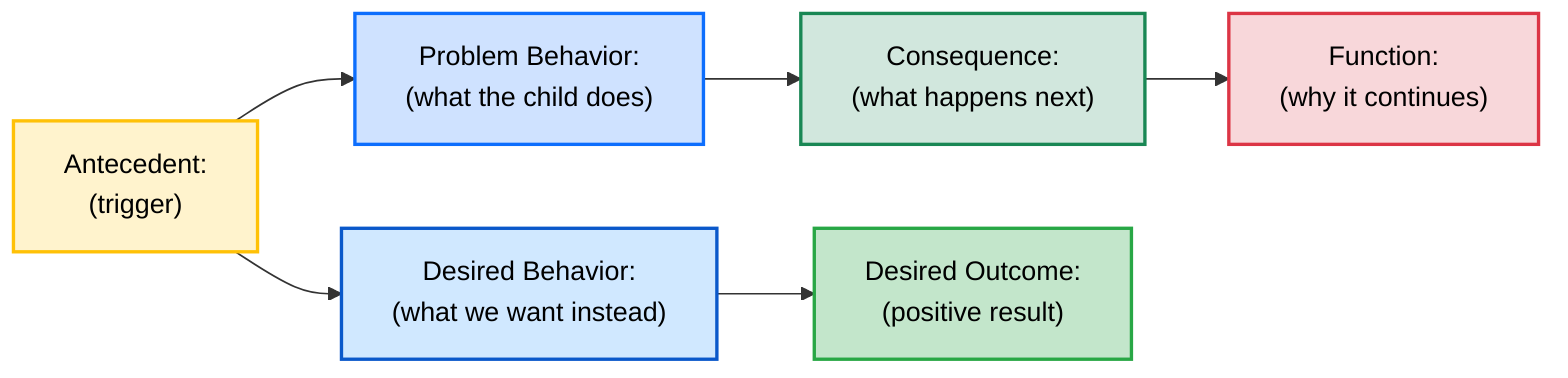
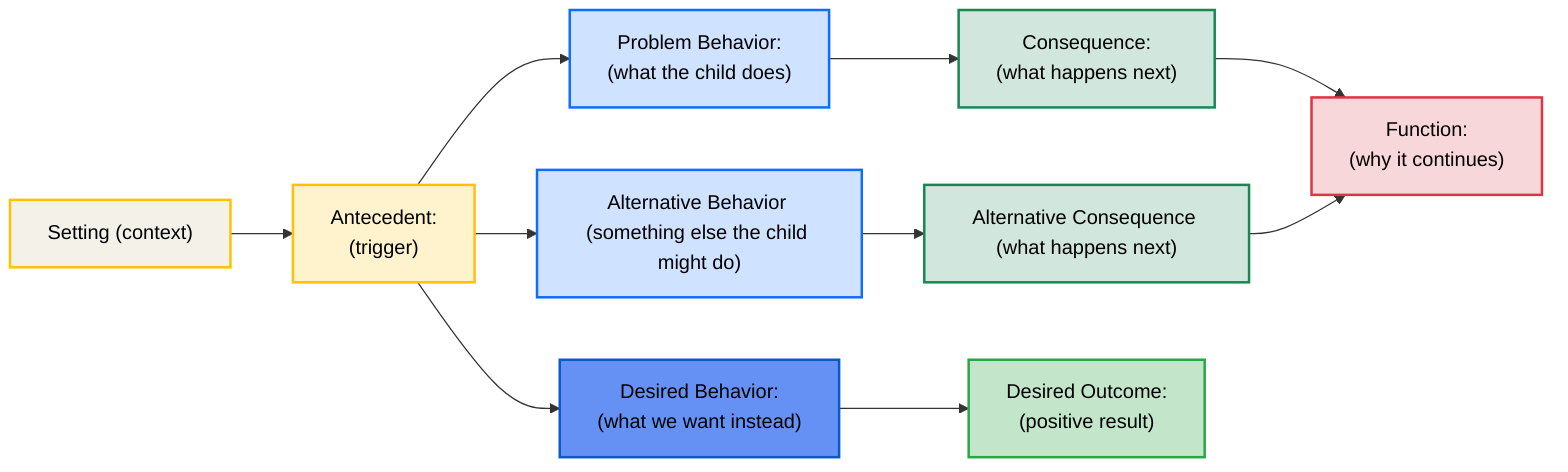
flowchart LR
-   A["Antecedent:<br/>(trigger)"] --> PB["Problem Behavior:<br/>(what the child does)"] --> C["Consequence:<br/>(what happens next)"]
+   S["Setting (context)"] --> A["Antecedent:<br/>(trigger)"] --> PB["Problem Behavior:<br/>(what the child does)"] --> C["Consequence:<br/>(what happens next)"]
+   A --> AB["Alternative Behavior (something else the child might do)"] --> C2["Alternative Consequence (what happens next)"]
  C --> F["Function:<br/>(why it continues)"]
+   C2 --> F
  A --> DB["Desired Behavior:<br/>(what we want instead)"] --> DO["Desired Outcome:<br/>(positive result)"]
+   class S set
  class A ant
  class PB beh
+   class AB beh
  class C con
+   class C2 con
  class F func
  class DB desired
  class DO outcome
+   classDef set fill:#f4f1e9,stroke:#ffc107,stroke-width:2px,color:#000
  classDef ant fill:#fff3cd,stroke:#ffc107,stroke-width:2px,color:#000
  classDef beh fill:#cfe2ff,stroke:#0d6efd,stroke-width:2px,color:#000
  classDef con fill:#d1e7dd,stroke:#198754,stroke-width:2px,color:#000
  classDef func fill:#f8d7da,stroke:#dc3545,stroke-width:2px,color:#000
-   classDef desired fill:#d0e8ff,stroke:#0a58ca,stroke-width:2px,color:#000
+   classDef desired fill:#6591f5,stroke:#0a58ca,stroke-width:2px,color:#000
  classDef outcome fill:#c3e6cb,stroke:#28a745,stroke-width:2px,color:#000
+   classDef func fill:#f8d7da,stroke:#dc3545,stroke-width:2px,color:#000
